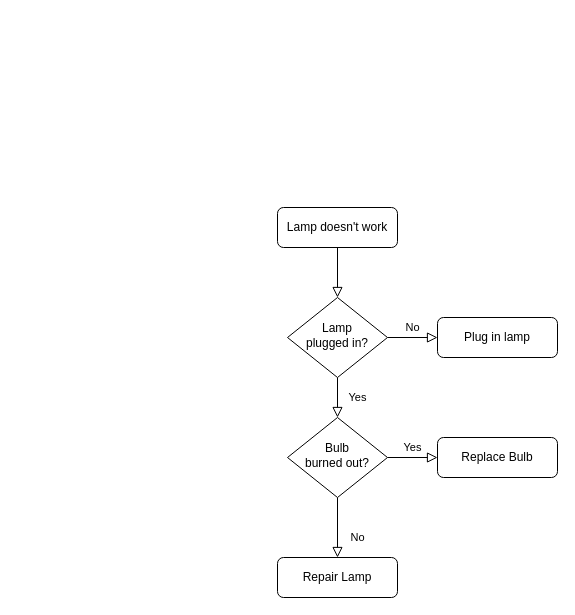
Above: CCTP_Narrative_FlowChart.drawio in R-Jassasi/Draw.io (draw.io), before the change. Source tidied: cells renumbered, new cells numbered last; positions are measured from the earlier drawing's top-left corner, leaving out a move shared by most shapes. Both pictures are drawn from the tidied source at 100%, with x=0, y=0 at pixel (277, 207).
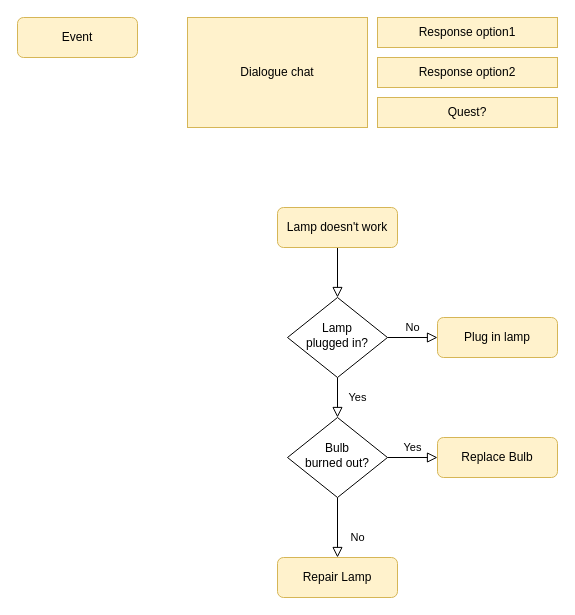
After the change.

The edit, as a diff of the source:
```diff
@@
 <mxGraphModel>
   <root>
     <mxCell id="0" />
     <mxCell id="1" parent="0" />
     <mxCell id="2" style="rounded=0;html=1;jettySize=auto;fontSize=11;endArrow=block;endFill=0;endSize=8;strokeWidth=1;shadow=0;labelBackgroundColor=none;edgeStyle=orthogonalEdgeStyle;" parent="1" edge="1" source="3" target="6">
       <mxGeometry relative="1" as="geometry" />
     </mxCell>
-    <mxCell id="3" value="Lamp doesn't work" style="rounded=1;whiteSpace=wrap;html=1;fontSize=12;glass=0;strokeWidth=1;shadow=0;" parent="1" vertex="1">
+    <mxCell id="3" value="Lamp doesn't work" style="rounded=1;whiteSpace=wrap;html=1;fontSize=12;glass=0;strokeWidth=1;shadow=0;fillColor=#fff2cc;strokeColor=#d6b656;" parent="1" vertex="1">
       <mxGeometry width="120" height="40" as="geometry" />
     </mxCell>
     <mxCell id="4" value="Yes" style="rounded=0;html=1;jettySize=auto;fontSize=11;endArrow=block;endFill=0;endSize=8;strokeWidth=1;shadow=0;labelBackgroundColor=none;edgeStyle=orthogonalEdgeStyle;" parent="1" edge="1" source="6" target="10">
       <mxGeometry y="20" relative="1" as="geometry" />
     </mxCell>
     <mxCell id="5" value="No" style="edgeStyle=orthogonalEdgeStyle;rounded=0;html=1;jettySize=auto;fontSize=11;endArrow=block;endFill=0;endSize=8;strokeWidth=1;shadow=0;labelBackgroundColor=none;" parent="1" edge="1" source="6" target="7">
       <mxGeometry y="10" relative="1" as="geometry" />
     </mxCell>
     <mxCell id="6" value="Lamp&lt;br&gt;plugged in?" style="rhombus;whiteSpace=wrap;html=1;shadow=0;fontFamily=Helvetica;fontSize=12;align=center;strokeWidth=1;spacing=6;spacingTop=-4;" parent="1" vertex="1">
       <mxGeometry x="10" y="90" width="100" height="80" as="geometry" />
     </mxCell>
-    <mxCell id="7" value="Plug in lamp" style="rounded=1;whiteSpace=wrap;html=1;fontSize=12;glass=0;strokeWidth=1;shadow=0;" parent="1" vertex="1">
+    <mxCell id="7" value="Plug in lamp" style="rounded=1;whiteSpace=wrap;html=1;fontSize=12;glass=0;strokeWidth=1;shadow=0;fillColor=#fff2cc;strokeColor=#d6b656;" parent="1" vertex="1">
       <mxGeometry x="160" y="110" width="120" height="40" as="geometry" />
     </mxCell>
     <mxCell id="8" value="No" style="rounded=0;html=1;jettySize=auto;fontSize=11;endArrow=block;endFill=0;endSize=8;strokeWidth=1;shadow=0;labelBackgroundColor=none;edgeStyle=orthogonalEdgeStyle;" parent="1" edge="1" source="10" target="11">
       <mxGeometry x="0.33" y="20" relative="1" as="geometry" />
     </mxCell>
     <mxCell id="9" value="Yes" style="edgeStyle=orthogonalEdgeStyle;rounded=0;html=1;jettySize=auto;fontSize=11;endArrow=block;endFill=0;endSize=8;strokeWidth=1;shadow=0;labelBackgroundColor=none;" parent="1" edge="1" source="10" target="12">
       <mxGeometry y="10" relative="1" as="geometry" />
     </mxCell>
     <mxCell id="10" value="Bulb&lt;br&gt;burned out?" style="rhombus;whiteSpace=wrap;html=1;shadow=0;fontFamily=Helvetica;fontSize=12;align=center;strokeWidth=1;spacing=6;spacingTop=-4;" parent="1" vertex="1">
       <mxGeometry x="10" y="210" width="100" height="80" as="geometry" />
     </mxCell>
-    <mxCell id="11" value="Repair Lamp" style="rounded=1;whiteSpace=wrap;html=1;fontSize=12;glass=0;strokeWidth=1;shadow=0;" parent="1" vertex="1">
+    <mxCell id="11" value="Repair Lamp" style="rounded=1;whiteSpace=wrap;html=1;fontSize=12;glass=0;strokeWidth=1;shadow=0;fillColor=#fff2cc;strokeColor=#d6b656;" parent="1" vertex="1">
       <mxGeometry y="350" width="120" height="40" as="geometry" />
     </mxCell>
-    <mxCell id="12" value="Replace Bulb" style="rounded=1;whiteSpace=wrap;html=1;fontSize=12;glass=0;strokeWidth=1;shadow=0;" parent="1" vertex="1">
+    <mxCell id="12" value="Replace Bulb" style="rounded=1;whiteSpace=wrap;html=1;fontSize=12;glass=0;strokeWidth=1;shadow=0;fillColor=#fff2cc;strokeColor=#d6b656;" parent="1" vertex="1">
       <mxGeometry x="160" y="230" width="120" height="40" as="geometry" />
     </mxCell>
+    <mxCell id="13" value="Event" style="rounded=1;whiteSpace=wrap;html=1;fontSize=12;glass=0;strokeWidth=1;shadow=0;fillColor=#fff2cc;strokeColor=#d6b656;" parent="1" vertex="1">
+      <mxGeometry x="-260" y="-190" width="120" height="40" as="geometry" />
+    </mxCell>
+    <mxCell id="14" value="Dialogue chat" style="rounded=0;whiteSpace=wrap;html=1;fontSize=12;glass=0;strokeWidth=1;shadow=0;fillColor=#fff2cc;strokeColor=#d6b656;" parent="1" vertex="1">
+      <mxGeometry x="-90" y="-190" width="180" height="110" as="geometry" />
+    </mxCell>
+    <mxCell id="15" value="Response option1" style="rounded=0;whiteSpace=wrap;html=1;fontSize=12;glass=0;strokeWidth=1;shadow=0;fillColor=#fff2cc;strokeColor=#d6b656;" parent="1" vertex="1">
+      <mxGeometry x="100" y="-190" width="180" height="30" as="geometry" />
+    </mxCell>
+    <mxCell id="16" value="Response option2" style="rounded=0;whiteSpace=wrap;html=1;fontSize=12;glass=0;strokeWidth=1;shadow=0;fillColor=#fff2cc;strokeColor=#d6b656;" parent="1" vertex="1">
+      <mxGeometry x="100" y="-150" width="180" height="30" as="geometry" />
+    </mxCell>
+    <mxCell id="17" value="Quest?" style="rounded=0;whiteSpace=wrap;html=1;fontSize=12;glass=0;strokeWidth=1;shadow=0;fillColor=#fff2cc;strokeColor=#d6b656;" parent="1" vertex="1">
+      <mxGeometry x="100" y="-110" width="180" height="30" as="geometry" />
+    </mxCell>
   </root>
 </mxGraphModel>
```
